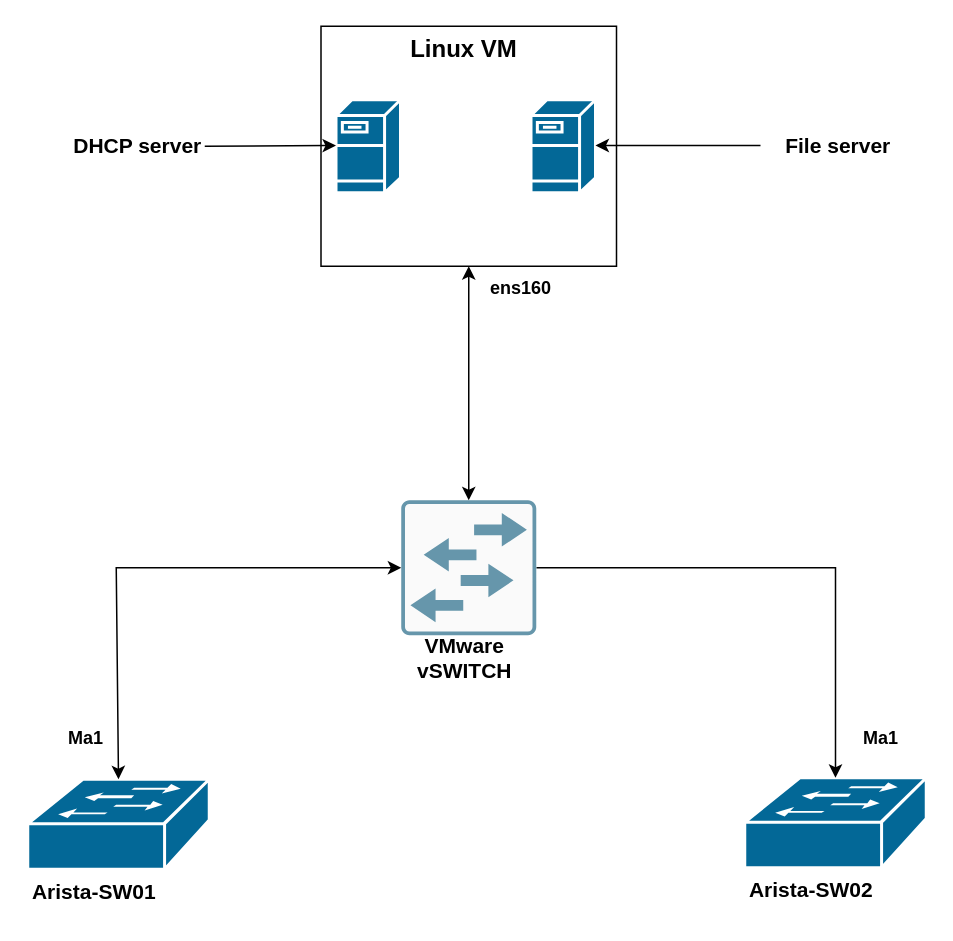
The draw.io diagram ZTP Provisioning for Arista/Arista_ZTP_diagram.drawio in OpentekyLab/Networking, before the edit. Source tidied: cells renumbered, new cells numbered last; positions are measured from the earlier drawing's top-left corner, leaving out a move shared by most shapes. Both pictures are drawn from the tidied source at 150%, with x=0, y=0 at pixel (27, 26).
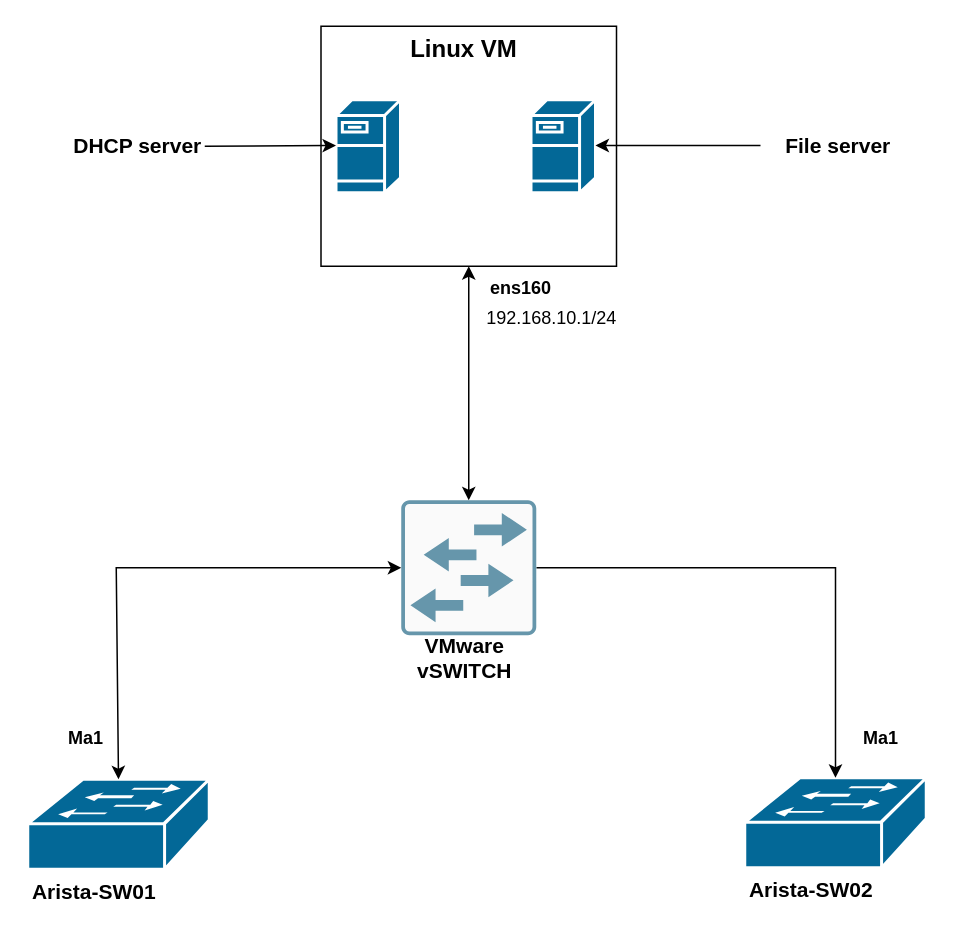
The same diagram, later.

Diff of the diagram source:
```diff
@@
+    <mxCell id="22" value="192.168.10.1/24" style="text;strokeColor=none;align=center;fillColor=none;html=1;verticalAlign=middle;whiteSpace=wrap;rounded=0;" parent="1" vertex="1">
+      <mxGeometry x="299" y="180" width="100.5" height="30" as="geometry" />
+    </mxCell>
```
